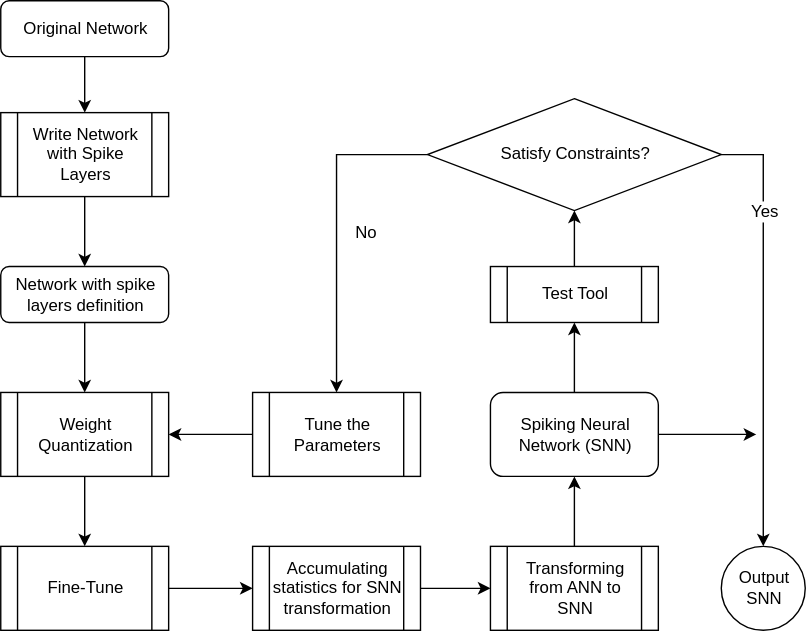
The draw.io diagram pics/process.svg in CECA-SNN-Compiler/ToolchainA, before a commit. Source tidied: cells renumbered, new cells last; positions are measured from the earlier drawing's top-left corner, leaving out a move shared by most shapes.
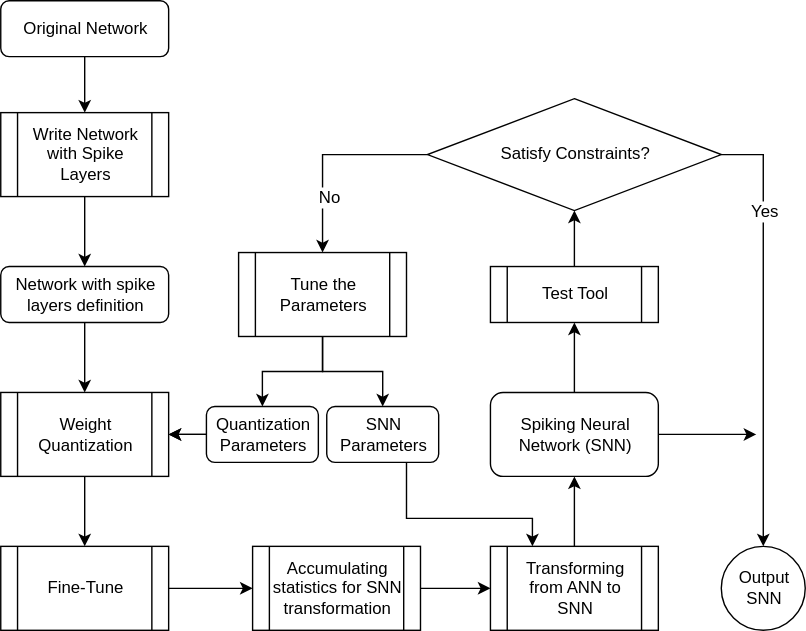
Above is the later version.

What changed in the source:
```diff
@@ -73,12 +73,12 @@
         <mxPoint y="-59" as="offset" />
       </mxGeometry>
     </mxCell>
-    <mxCell id="23" style="edgeStyle=orthogonalEdgeStyle;rounded=0;jettySize=auto;html=1;" parent="1" edge="1" source="25" target="28">
+    <mxCell id="23" style="edgeStyle=orthogonalEdgeStyle;rounded=0;jettySize=auto;html=1;" parent="1" edge="1" source="25" target="29">
       <mxGeometry relative="1" as="geometry" />
     </mxCell>
     <mxCell id="24" value="No" style="text;html=1;align=center;verticalAlign=middle;labelBackgroundColor=#ffffff;" parent="23" vertex="1">
       <mxGeometry x="-0.05" y="21" relative="1" as="geometry">
-        <mxPoint x="-1" y="9" as="offset" />
+        <mxPoint x="-2" y="9" as="offset" />
       </mxGeometry>
     </mxCell>
     <mxCell id="25" value="Satisfy Constraints?" style="rhombus;whiteSpace=wrap;html=1;" parent="1" vertex="1">
@@ -87,11 +87,34 @@
     <mxCell id="26" value="Output SNN" style="ellipse;whiteSpace=wrap;html=1;" parent="1" vertex="1">
       <mxGeometry x="515" y="390" width="60" height="60" as="geometry" />
     </mxCell>
-    <mxCell id="27" style="edgeStyle=orthogonalEdgeStyle;rounded=0;jettySize=auto;html=1;entryX=1;entryY=0.5;entryDx=0;entryDy=0;" parent="1" edge="1" source="28" target="9">
+    <mxCell id="27" style="edgeStyle=orthogonalEdgeStyle;rounded=0;jettySize=auto;html=1;entryX=0.5;entryY=0;entryDx=0;entryDy=0;" parent="1" edge="1" source="29" target="32">
       <mxGeometry relative="1" as="geometry" />
     </mxCell>
-    <mxCell id="28" value="Tune the Parameters" style="shape=process;whiteSpace=wrap;html=1;backgroundOutline=1;" parent="1" vertex="1">
-      <mxGeometry x="180" y="280" width="120" height="60" as="geometry" />
+    <mxCell id="28" style="edgeStyle=orthogonalEdgeStyle;rounded=0;jettySize=auto;html=1;" parent="1" edge="1" source="29" target="34">
+      <mxGeometry relative="1" as="geometry" />
     </mxCell>
+    <mxCell id="29" value="Tune the Parameters" style="shape=process;whiteSpace=wrap;html=1;backgroundOutline=1;" parent="1" vertex="1">
+      <mxGeometry x="170" y="180" width="120" height="60" as="geometry" />
+    </mxCell>
+    <mxCell id="30" style="edgeStyle=orthogonalEdgeStyle;rounded=0;jettySize=auto;html=1;" parent="1" edge="1" source="32" target="9">
+      <mxGeometry relative="1" as="geometry" />
+    </mxCell>
+    <mxCell id="31" style="edgeStyle=orthogonalEdgeStyle;rounded=0;jettySize=auto;html=1;" parent="1" edge="1" source="32" target="9">
+      <mxGeometry relative="1" as="geometry" />
+    </mxCell>
+    <mxCell id="32" value="Quantization Parameters" style="rounded=1;whiteSpace=wrap;html=1;fontSize=12;glass=0;strokeWidth=1;shadow=0;" parent="1" vertex="1">
+      <mxGeometry x="147" y="290" width="80" height="40" as="geometry" />
+    </mxCell>
+    <mxCell id="33" style="edgeStyle=orthogonalEdgeStyle;rounded=0;jettySize=auto;html=1;entryX=0.25;entryY=0;entryDx=0;entryDy=0;" parent="1" edge="1" source="34" target="15">
+      <mxGeometry relative="1" as="geometry">
+        <Array as="points">
+          <mxPoint x="290" y="370" />
+          <mxPoint x="380" y="370" />
+        </Array>
+      </mxGeometry>
+    </mxCell>
+    <mxCell id="34" value="SNN&lt;br&gt;Parameters" style="rounded=1;whiteSpace=wrap;html=1;fontSize=12;glass=0;strokeWidth=1;shadow=0;" parent="1" vertex="1">
+      <mxGeometry x="233" y="290" width="80" height="40" as="geometry" />
+    </mxCell>
   </root>
 </mxGraphModel>
```
